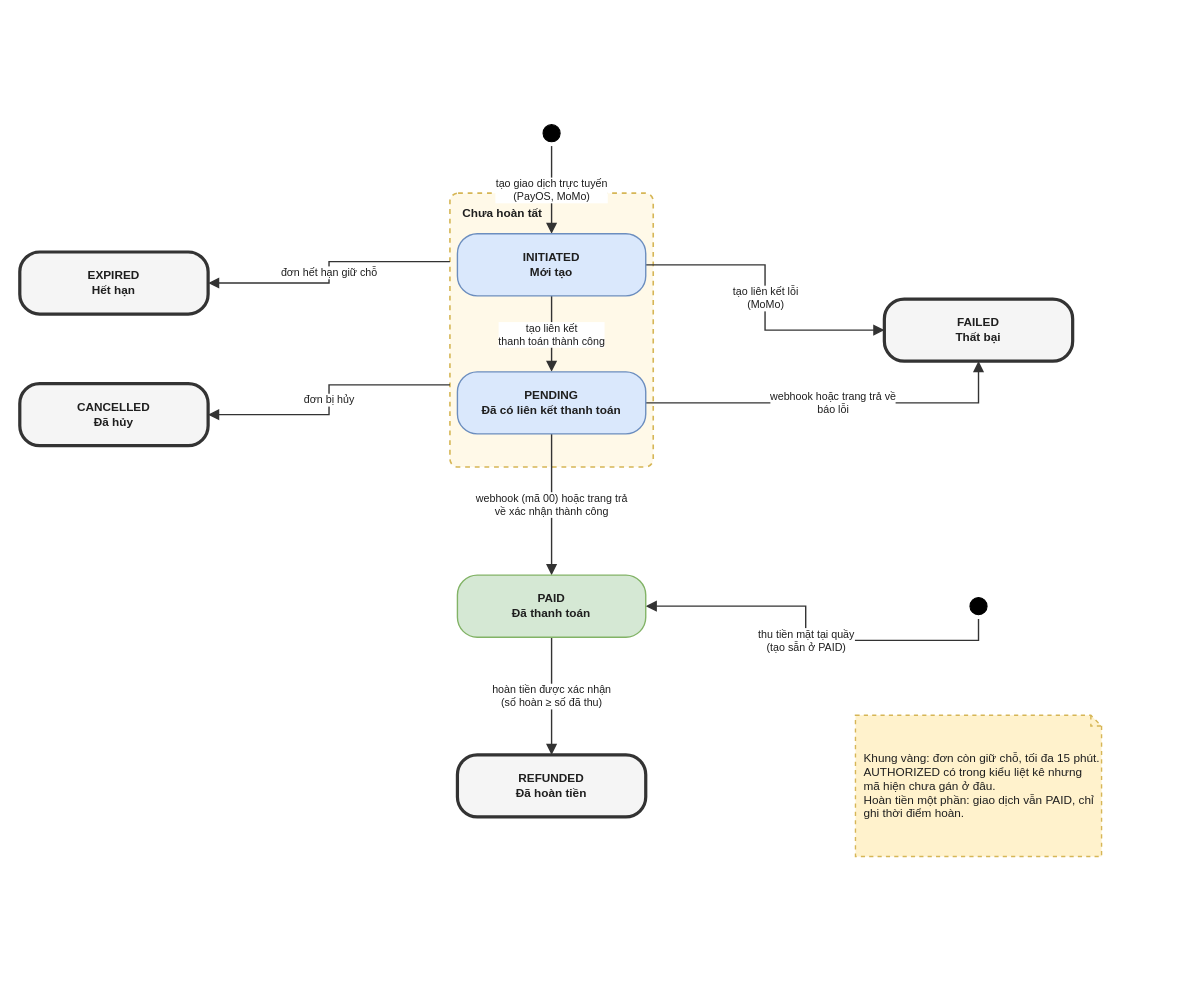
cospace-team/DATN_CoSpace keeps this draw.io diagram as page "Trạng thái của giao dịch thanh toán" (2 of 2) of report/Images/Chuong5/cospace-state.drawio. Above is the earlier version. Source tidied: cells renumbered, new cells numbered last; positions are measured from the earlier drawing's top-left corner, leaving out a move shared by most shapes. Both pictures are drawn from the tidied source at 107%, with x=0, y=0 at pixel (19, 120).
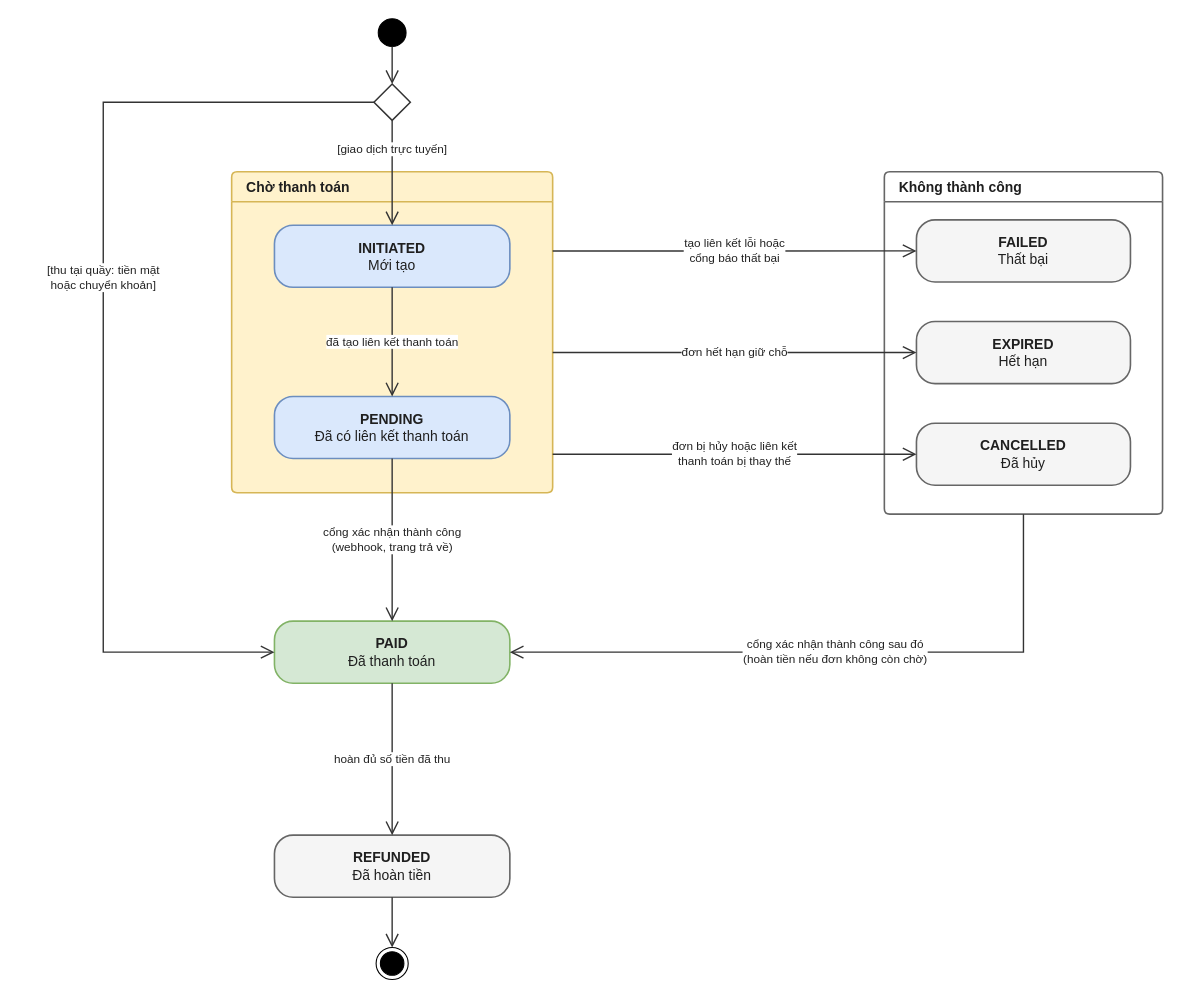
The same page after the edit.

Diff of the diagram source:
```diff
@@
-    <mxCell id="2" value="Chưa hoàn tất" style="rounded=1;arcSize=4;whiteSpace=wrap;html=1;fillColor=#fff2cc;strokeColor=#d6b656;strokeWidth=1.5;dashed=1;fillOpacity=45;verticalAlign=top;align=left;spacingLeft=10;spacingTop=6;fontStyle=1;fontSize=11;fontColor=#1f1f1f;" parent="1" vertex="1">
-      <mxGeometry x="402" y="68" width="190" height="256" as="geometry" />
-    </mxCell>
-    <mxCell id="3" value="tạo giao dịch trực tuyến&lt;br&gt;(PayOS, MoMo)" style="edgeStyle=orthogonalEdgeStyle;rounded=0;html=1;jettySize=auto;strokeColor=#333333;strokeWidth=1.3;endArrow=block;endFill=1;endSize=7;fontSize=10;fontColor=#1f1f1f;exitX=0.5;exitY=1.0;exitDx=0;exitDy=0;entryX=0.5;entryY=0.0;entryDx=0;entryDy=0;labelBackgroundColor=#ffffff;" parent="1" edge="1" source="12" target="14">
-      <mxGeometry relative="1" as="geometry" />
-    </mxCell>
-    <mxCell id="4" value="tạo liên kết&lt;br&gt;thanh toán thành công" style="edgeStyle=orthogonalEdgeStyle;rounded=0;html=1;jettySize=auto;strokeColor=#333333;strokeWidth=1.3;endArrow=block;endFill=1;endSize=7;fontSize=10;fontColor=#1f1f1f;exitX=0.5;exitY=1.0;exitDx=0;exitDy=0;entryX=0.5;entryY=0.0;entryDx=0;entryDy=0;labelBackgroundColor=#ffffff;" parent="1" edge="1" source="14" target="15">
-      <mxGeometry relative="1" as="geometry" />
-    </mxCell>
-    <mxCell id="5" value="tạo liên kết lỗi&lt;br&gt;(MoMo)" style="edgeStyle=orthogonalEdgeStyle;rounded=0;html=1;jettySize=auto;strokeColor=#333333;strokeWidth=1.3;endArrow=block;endFill=1;endSize=7;fontSize=10;fontColor=#1f1f1f;exitX=1.0;exitY=0.5;exitDx=0;exitDy=0;entryX=0.0;entryY=0.5;entryDx=0;entryDy=0;labelBackgroundColor=#ffffff;" parent="1" edge="1" source="14" target="20">
-      <mxGeometry relative="1" as="geometry" />
-    </mxCell>
-    <mxCell id="6" value="webhook hoặc trang trả về&lt;br&gt;báo lỗi" style="edgeStyle=orthogonalEdgeStyle;rounded=0;html=1;jettySize=auto;strokeColor=#333333;strokeWidth=1.3;endArrow=block;endFill=1;endSize=7;fontSize=10;fontColor=#1f1f1f;exitX=1.0;exitY=0.5;exitDx=0;exitDy=0;entryX=0.5;entryY=1.0;entryDx=0;entryDy=0;labelBackgroundColor=#ffffff;" parent="1" edge="1" source="15" target="20">
-      <mxGeometry relative="1" as="geometry" />
-    </mxCell>
-    <mxCell id="7" value="webhook (mã 00) hoặc trang trả&lt;br&gt;về xác nhận thành công" style="edgeStyle=orthogonalEdgeStyle;rounded=0;html=1;jettySize=auto;strokeColor=#333333;strokeWidth=1.3;endArrow=block;endFill=1;endSize=7;fontSize=10;fontColor=#1f1f1f;exitX=0.5;exitY=1.0;exitDx=0;exitDy=0;entryX=0.5;entryY=0.0;entryDx=0;entryDy=0;labelBackgroundColor=#ffffff;" parent="1" edge="1" source="15" target="16">
-      <mxGeometry relative="1" as="geometry" />
-    </mxCell>
-    <mxCell id="8" value="đơn hết hạn giữ chỗ" style="edgeStyle=orthogonalEdgeStyle;rounded=0;html=1;jettySize=auto;strokeColor=#333333;strokeWidth=1.3;endArrow=block;endFill=1;endSize=7;fontSize=10;fontColor=#1f1f1f;exitX=0.0;exitY=0.25;exitDx=0;exitDy=0;entryX=1.0;entryY=0.5;entryDx=0;entryDy=0;labelBackgroundColor=#ffffff;" parent="1" edge="1" source="2" target="18">
-      <mxGeometry relative="1" as="geometry" />
-    </mxCell>
-    <mxCell id="9" value="đơn bị hủy" style="edgeStyle=orthogonalEdgeStyle;rounded=0;html=1;jettySize=auto;strokeColor=#333333;strokeWidth=1.3;endArrow=block;endFill=1;endSize=7;fontSize=10;fontColor=#1f1f1f;exitX=0.0;exitY=0.7;exitDx=0;exitDy=0;entryX=1.0;entryY=0.5;entryDx=0;entryDy=0;labelBackgroundColor=#ffffff;" parent="1" edge="1" source="2" target="19">
-      <mxGeometry relative="1" as="geometry" />
-    </mxCell>
-    <mxCell id="10" value="thu tiền mặt tại quầy&lt;br&gt;(tạo sẵn ở PAID)" style="edgeStyle=orthogonalEdgeStyle;rounded=0;html=1;jettySize=auto;strokeColor=#333333;strokeWidth=1.3;endArrow=block;endFill=1;endSize=7;fontSize=10;fontColor=#1f1f1f;exitX=0.5;exitY=1.0;exitDx=0;exitDy=0;entryX=1.0;entryY=0.5;entryDx=0;entryDy=0;labelBackgroundColor=#ffffff;" parent="1" edge="1" source="13" target="16">
-      <mxGeometry relative="1" as="geometry" />
-    </mxCell>
-    <mxCell id="11" value="hoàn tiền được xác nhận&lt;br&gt;(số hoàn ≥ số đã thu)" style="edgeStyle=orthogonalEdgeStyle;rounded=0;html=1;jettySize=auto;strokeColor=#333333;strokeWidth=1.3;endArrow=block;endFill=1;endSize=7;fontSize=10;fontColor=#1f1f1f;exitX=0.5;exitY=1.0;exitDx=0;exitDy=0;entryX=0.5;entryY=0.0;entryDx=0;entryDy=0;labelBackgroundColor=#ffffff;" parent="1" edge="1" source="16" target="17">
-      <mxGeometry relative="1" as="geometry" />
-    </mxCell>
-    <mxCell id="12" style="ellipse;html=1;shape=startState;fillColor=#000000;strokeColor=#000000;fontSize=11;fontColor=#1f1f1f;" parent="1" vertex="1">
-      <mxGeometry x="485" width="24" height="24" as="geometry" />
-    </mxCell>
-    <mxCell id="13" style="ellipse;html=1;shape=startState;fillColor=#000000;strokeColor=#000000;fontSize=11;fontColor=#1f1f1f;" parent="1" vertex="1">
-      <mxGeometry x="884" y="442" width="24" height="24" as="geometry" />
-    </mxCell>
+    <mxCell id="22" style="ellipse;html=1;fillColor=#000000;strokeColor=#000000;" parent="1" vertex="1">
+      <mxGeometry x="335" y="-95" width="26" height="26" as="geometry" />
+    </mxCell>
+    <mxCell id="23" style="rhombus;html=1;fillColor=#ffffff;strokeColor=#333333;strokeWidth=1.4;" parent="1" vertex="1">
+      <mxGeometry x="331" y="-34" width="34" height="34" as="geometry" />
+    </mxCell>
+    <mxCell id="24" value="Chờ thanh toán" style="swimlane;rounded=1;arcSize=6;startSize=28;html=1;whiteSpace=wrap;fontSize=13;fontStyle=1;align=left;spacingLeft=12;fontColor=#1f1f1f;fillColor=#fff2cc;swimlaneFillColor=#fff2cc;strokeColor=#d6b656;strokeWidth=1.5;" parent="1" vertex="1">
+      <mxGeometry x="198" y="48" width="300" height="300" as="geometry" />
+    </mxCell>
-    <mxCell id="14" value="INITIATED&lt;br&gt;Mới tạo" style="rounded=1;whiteSpace=wrap;html=1;arcSize=32;fontStyle=1;fontSize=11;fontColor=#1f1f1f;fillColor=#dae8fc;strokeColor=#6c8ebf;strokeWidth=1.3;fontStyle=1;" parent="1" vertex="1">
-      <mxGeometry x="409" y="106" width="176" height="58" as="geometry" />
+    <mxCell id="14" value="INITIATED&lt;br&gt;&lt;span style=&quot;font-weight:normal&quot;&gt;Mới tạo&lt;/span&gt;" style="rounded=1;arcSize=30;whiteSpace=wrap;html=1;fontSize=13;fontStyle=1;fontColor=#1f1f1f;fillColor=#dae8fc;strokeColor=#6c8ebf;strokeWidth=1.5;" parent="1" vertex="1">
+      <mxGeometry x="238" y="98" width="220" height="58" as="geometry" />
     </mxCell>
-    <mxCell id="15" value="PENDING&lt;br&gt;Đã có liên kết thanh toán" style="rounded=1;whiteSpace=wrap;html=1;arcSize=32;fontStyle=1;fontSize=11;fontColor=#1f1f1f;fillColor=#dae8fc;strokeColor=#6c8ebf;strokeWidth=1.3;fontStyle=1;" parent="1" vertex="1">
-      <mxGeometry x="409" y="235" width="176" height="58" as="geometry" />
+    <mxCell id="15" value="PENDING&lt;br&gt;&lt;span style=&quot;font-weight:normal&quot;&gt;Đã có liên kết thanh toán&lt;/span&gt;" style="rounded=1;arcSize=30;whiteSpace=wrap;html=1;fontSize=13;fontStyle=1;fontColor=#1f1f1f;fillColor=#dae8fc;strokeColor=#6c8ebf;strokeWidth=1.5;" parent="1" vertex="1">
+      <mxGeometry x="238" y="258" width="220" height="58" as="geometry" />
     </mxCell>
+    <mxCell id="25" value="Không thành công" style="swimlane;rounded=1;arcSize=6;startSize=28;html=1;whiteSpace=wrap;fontSize=13;fontStyle=1;align=left;spacingLeft=12;fontColor=#1f1f1f;fillColor=#ffffff;swimlaneFillColor=#ffffff;strokeColor=#666666;strokeWidth=1.5;" parent="1" vertex="1">
+      <mxGeometry x="808" y="48" width="260" height="320" as="geometry" />
+    </mxCell>
+    <mxCell id="20" value="FAILED&lt;br&gt;&lt;span style=&quot;font-weight:normal&quot;&gt;Thất bại&lt;/span&gt;" style="rounded=1;arcSize=30;whiteSpace=wrap;html=1;fontSize=13;fontStyle=1;fontColor=#1f1f1f;fillColor=#f5f5f5;strokeColor=#666666;strokeWidth=1.5;" parent="1" vertex="1">
+      <mxGeometry x="838" y="93" width="200" height="58" as="geometry" />
+    </mxCell>
+    <mxCell id="18" value="EXPIRED&lt;br&gt;&lt;span style=&quot;font-weight:normal&quot;&gt;Hết hạn&lt;/span&gt;" style="rounded=1;arcSize=30;whiteSpace=wrap;html=1;fontSize=13;fontStyle=1;fontColor=#1f1f1f;fillColor=#f5f5f5;strokeColor=#666666;strokeWidth=1.5;" parent="1" vertex="1">
+      <mxGeometry x="838" y="188" width="200" height="58" as="geometry" />
+    </mxCell>
+    <mxCell id="19" value="CANCELLED&lt;br&gt;&lt;span style=&quot;font-weight:normal&quot;&gt;Đã hủy&lt;/span&gt;" style="rounded=1;arcSize=30;whiteSpace=wrap;html=1;fontSize=13;fontStyle=1;fontColor=#1f1f1f;fillColor=#f5f5f5;strokeColor=#666666;strokeWidth=1.5;" parent="1" vertex="1">
+      <mxGeometry x="838" y="283" width="200" height="58" as="geometry" />
+    </mxCell>
-    <mxCell id="16" value="PAID&lt;br&gt;Đã thanh toán" style="rounded=1;whiteSpace=wrap;html=1;arcSize=32;fontStyle=1;fontSize=11;fontColor=#1f1f1f;fillColor=#d5e8d4;strokeColor=#82b366;strokeWidth=1.3;fontStyle=1;" parent="1" vertex="1">
-      <mxGeometry x="409" y="425" width="176" height="58" as="geometry" />
+    <mxCell id="16" value="PAID&lt;br&gt;&lt;span style=&quot;font-weight:normal&quot;&gt;Đã thanh toán&lt;/span&gt;" style="rounded=1;arcSize=30;whiteSpace=wrap;html=1;fontSize=13;fontStyle=1;fontColor=#1f1f1f;fillColor=#d5e8d4;strokeColor=#82b366;strokeWidth=1.5;" parent="1" vertex="1">
+      <mxGeometry x="238" y="468" width="220" height="58" as="geometry" />
     </mxCell>
-    <mxCell id="17" value="REFUNDED&lt;br&gt;Đã hoàn tiền" style="rounded=1;whiteSpace=wrap;html=1;arcSize=32;fontStyle=1;fontSize=11;fontColor=#1f1f1f;fillColor=#f5f5f5;strokeColor=#333333;strokeWidth=3;fontStyle=1;" parent="1" vertex="1">
-      <mxGeometry x="409" y="593" width="176" height="58" as="geometry" />
+    <mxCell id="17" value="REFUNDED&lt;br&gt;&lt;span style=&quot;font-weight:normal&quot;&gt;Đã hoàn tiền&lt;/span&gt;" style="rounded=1;arcSize=30;whiteSpace=wrap;html=1;fontSize=13;fontStyle=1;fontColor=#1f1f1f;fillColor=#f5f5f5;strokeColor=#666666;strokeWidth=1.5;" parent="1" vertex="1">
+      <mxGeometry x="238" y="668" width="220" height="58" as="geometry" />
     </mxCell>
-    <mxCell id="18" value="EXPIRED&lt;br&gt;Hết hạn" style="rounded=1;whiteSpace=wrap;html=1;arcSize=32;fontStyle=1;fontSize=11;fontColor=#1f1f1f;fillColor=#f5f5f5;strokeColor=#333333;strokeWidth=3;fontStyle=1;" parent="1" vertex="1">
-      <mxGeometry y="123" width="176" height="58" as="geometry" />
-    </mxCell>
-    <mxCell id="19" value="CANCELLED&lt;br&gt;Đã hủy" style="rounded=1;whiteSpace=wrap;html=1;arcSize=32;fontStyle=1;fontSize=11;fontColor=#1f1f1f;fillColor=#f5f5f5;strokeColor=#333333;strokeWidth=3;fontStyle=1;" parent="1" vertex="1">
-      <mxGeometry y="246" width="176" height="58" as="geometry" />
-    </mxCell>
-    <mxCell id="20" value="FAILED&lt;br&gt;Thất bại" style="rounded=1;whiteSpace=wrap;html=1;arcSize=32;fontStyle=1;fontSize=11;fontColor=#1f1f1f;fillColor=#f5f5f5;strokeColor=#333333;strokeWidth=3;fontStyle=1;" parent="1" vertex="1">
-      <mxGeometry x="808" y="167" width="176" height="58" as="geometry" />
-    </mxCell>
-    <mxCell id="21" value="Khung vàng: đơn còn giữ chỗ, tối đa 15 phút. AUTHORIZED có trong kiểu liệt kê nhưng mã hiện chưa gán ở đâu.&lt;br&gt;Hoàn tiền một phần: giao dịch vẫn PAID, chỉ ghi thời điểm hoàn." style="shape=note;size=10;whiteSpace=wrap;html=1;align=left;spacingLeft=6;fontSize=11;fontColor=#1f1f1f;fillColor=#fff2cc;strokeColor=#d6b656;dashed=1;strokeWidth=1.3;" parent="1" vertex="1">
-      <mxGeometry x="781" y="556" width="230" height="132" as="geometry" />
-    </mxCell>
+    <mxCell id="26" style="ellipse;html=1;shape=endState;fillColor=#000000;strokeColor=#000000;" parent="1" vertex="1">
+      <mxGeometry x="333" y="773" width="30" height="30" as="geometry" />
+    </mxCell>
+    <mxCell id="27" style="edgeStyle=orthogonalEdgeStyle;rounded=0;html=1;endArrow=open;endSize=10;strokeColor=#333333;strokeWidth=1.3;fontSize=11;fontColor=#222222;labelBackgroundColor=#ffffff;jumpStyle=arc;jumpSize=10;exitX=0.5;exitY=1;exitDx=0;exitDy=0;entryX=0.5;entryY=0;entryDx=0;entryDy=0;" parent="1" edge="1" source="22" target="23">
+      <mxGeometry relative="1" as="geometry" />
+    </mxCell>
+    <mxCell id="28" value="[giao dịch trực tuyến]" style="edgeStyle=orthogonalEdgeStyle;rounded=0;html=1;endArrow=open;endSize=10;strokeColor=#333333;strokeWidth=1.3;fontSize=11;fontColor=#222222;labelBackgroundColor=#ffffff;jumpStyle=arc;jumpSize=10;exitX=0.5;exitY=1;exitDx=0;exitDy=0;entryX=0.5;entryY=0;entryDx=0;entryDy=0;" parent="1" edge="1" source="23" target="14">
+      <mxGeometry x="-0.45" relative="1" as="geometry" />
+    </mxCell>
+    <mxCell id="29" value="[thu tại quầy: tiền mặt&lt;br&gt;hoặc chuyển khoản]" style="edgeStyle=orthogonalEdgeStyle;rounded=0;html=1;endArrow=open;endSize=10;strokeColor=#333333;strokeWidth=1.3;fontSize=11;fontColor=#222222;labelBackgroundColor=#ffffff;jumpStyle=arc;jumpSize=10;exitX=0;exitY=0.5;exitDx=0;exitDy=0;entryX=0;entryY=0.5;entryDx=0;entryDy=0;" parent="1" edge="1" source="23" target="16">
+      <mxGeometry x="-0.1" relative="1" as="geometry">
+        <Array as="points">
+          <mxPoint x="78" y="-17" />
+          <mxPoint x="78" y="497" />
+        </Array>
+      </mxGeometry>
+    </mxCell>
+    <mxCell id="4" value="đã tạo liên kết thanh toán" style="edgeStyle=orthogonalEdgeStyle;rounded=0;html=1;endArrow=open;endSize=10;strokeColor=#333333;strokeWidth=1.3;fontSize=11;fontColor=#222222;labelBackgroundColor=#ffffff;jumpStyle=arc;jumpSize=10;exitX=0.5;exitY=1;exitDx=0;exitDy=0;entryX=0.5;entryY=0;entryDx=0;entryDy=0;" parent="1" edge="1" source="14" target="15">
+      <mxGeometry relative="1" as="geometry" />
+    </mxCell>
+    <mxCell id="30" value="tạo liên kết lỗi hoặc&lt;br&gt;cổng báo thất bại" style="edgeStyle=orthogonalEdgeStyle;rounded=0;html=1;endArrow=open;endSize=10;strokeColor=#333333;strokeWidth=1.3;fontSize=11;fontColor=#222222;labelBackgroundColor=#ffffff;jumpStyle=arc;jumpSize=10;exitX=1;exitY=0.247;exitDx=0;exitDy=0;entryX=0;entryY=0.5;entryDx=0;entryDy=0;" parent="1" edge="1" source="24" target="20">
+      <mxGeometry relative="1" as="geometry" />
+    </mxCell>
+    <mxCell id="8" value="đơn hết hạn giữ chỗ" style="edgeStyle=orthogonalEdgeStyle;rounded=0;html=1;endArrow=open;endSize=10;strokeColor=#333333;strokeWidth=1.3;fontSize=11;fontColor=#222222;labelBackgroundColor=#ffffff;jumpStyle=arc;jumpSize=10;exitX=1;exitY=0.563;exitDx=0;exitDy=0;entryX=0;entryY=0.5;entryDx=0;entryDy=0;" parent="1" edge="1" source="24" target="18">
+      <mxGeometry relative="1" as="geometry" />
+    </mxCell>
+    <mxCell id="31" value="đơn bị hủy hoặc liên kết&lt;br&gt;thanh toán bị thay thế" style="edgeStyle=orthogonalEdgeStyle;rounded=0;html=1;endArrow=open;endSize=10;strokeColor=#333333;strokeWidth=1.3;fontSize=11;fontColor=#222222;labelBackgroundColor=#ffffff;jumpStyle=arc;jumpSize=10;exitX=1;exitY=0.88;exitDx=0;exitDy=0;entryX=0;entryY=0.5;entryDx=0;entryDy=0;" parent="1" edge="1" source="24" target="19">
+      <mxGeometry relative="1" as="geometry" />
+    </mxCell>
+    <mxCell id="7" value="cổng xác nhận thành công&lt;br&gt;(webhook, trang trả về)" style="edgeStyle=orthogonalEdgeStyle;rounded=0;html=1;endArrow=open;endSize=10;strokeColor=#333333;strokeWidth=1.3;fontSize=11;fontColor=#222222;labelBackgroundColor=#ffffff;jumpStyle=arc;jumpSize=10;exitX=0.5;exitY=1;exitDx=0;exitDy=0;entryX=0.5;entryY=0;entryDx=0;entryDy=0;" parent="1" edge="1" source="15" target="16">
+      <mxGeometry relative="1" as="geometry" />
+    </mxCell>
+    <mxCell id="32" value="cổng xác nhận thành công sau đó&lt;br&gt;(hoàn tiền nếu đơn không còn chờ)" style="edgeStyle=orthogonalEdgeStyle;rounded=0;html=1;endArrow=open;endSize=10;strokeColor=#333333;strokeWidth=1.3;fontSize=11;fontColor=#222222;labelBackgroundColor=#ffffff;jumpStyle=arc;jumpSize=10;exitX=0.5;exitY=1;exitDx=0;exitDy=0;entryX=1;entryY=0.5;entryDx=0;entryDy=0;" parent="1" edge="1" source="25" target="16">
+      <mxGeometry relative="1" as="geometry">
+        <Array as="points">
+          <mxPoint x="938" y="497" />
+        </Array>
+      </mxGeometry>
+    </mxCell>
+    <mxCell id="11" value="hoàn đủ số tiền đã thu" style="edgeStyle=orthogonalEdgeStyle;rounded=0;html=1;endArrow=open;endSize=10;strokeColor=#333333;strokeWidth=1.3;fontSize=11;fontColor=#222222;labelBackgroundColor=#ffffff;jumpStyle=arc;jumpSize=10;exitX=0.5;exitY=1;exitDx=0;exitDy=0;entryX=0.5;entryY=0;entryDx=0;entryDy=0;" parent="1" edge="1" source="16" target="17">
+      <mxGeometry relative="1" as="geometry" />
+    </mxCell>
+    <mxCell id="33" style="edgeStyle=orthogonalEdgeStyle;rounded=0;html=1;endArrow=open;endSize=10;strokeColor=#333333;strokeWidth=1.3;fontSize=11;fontColor=#222222;labelBackgroundColor=#ffffff;jumpStyle=arc;jumpSize=10;exitX=0.5;exitY=1;exitDx=0;exitDy=0;entryX=0.5;entryY=0;entryDx=0;entryDy=0;" parent="1" edge="1" source="17" target="26">
+      <mxGeometry relative="1" as="geometry" />
+    </mxCell>
```
